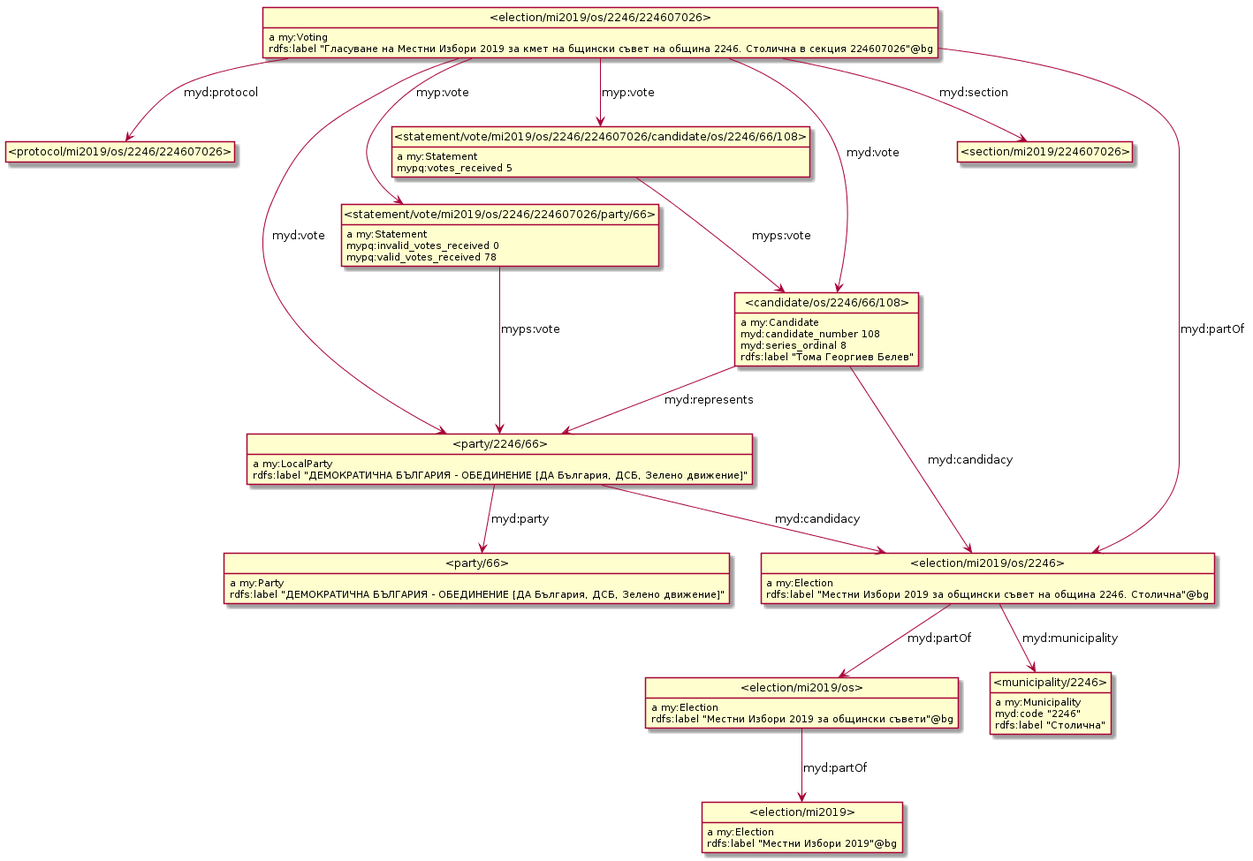
Above: model/localModel_os.png in nikolatulechki/semanticElections (PlantUML), before the change.
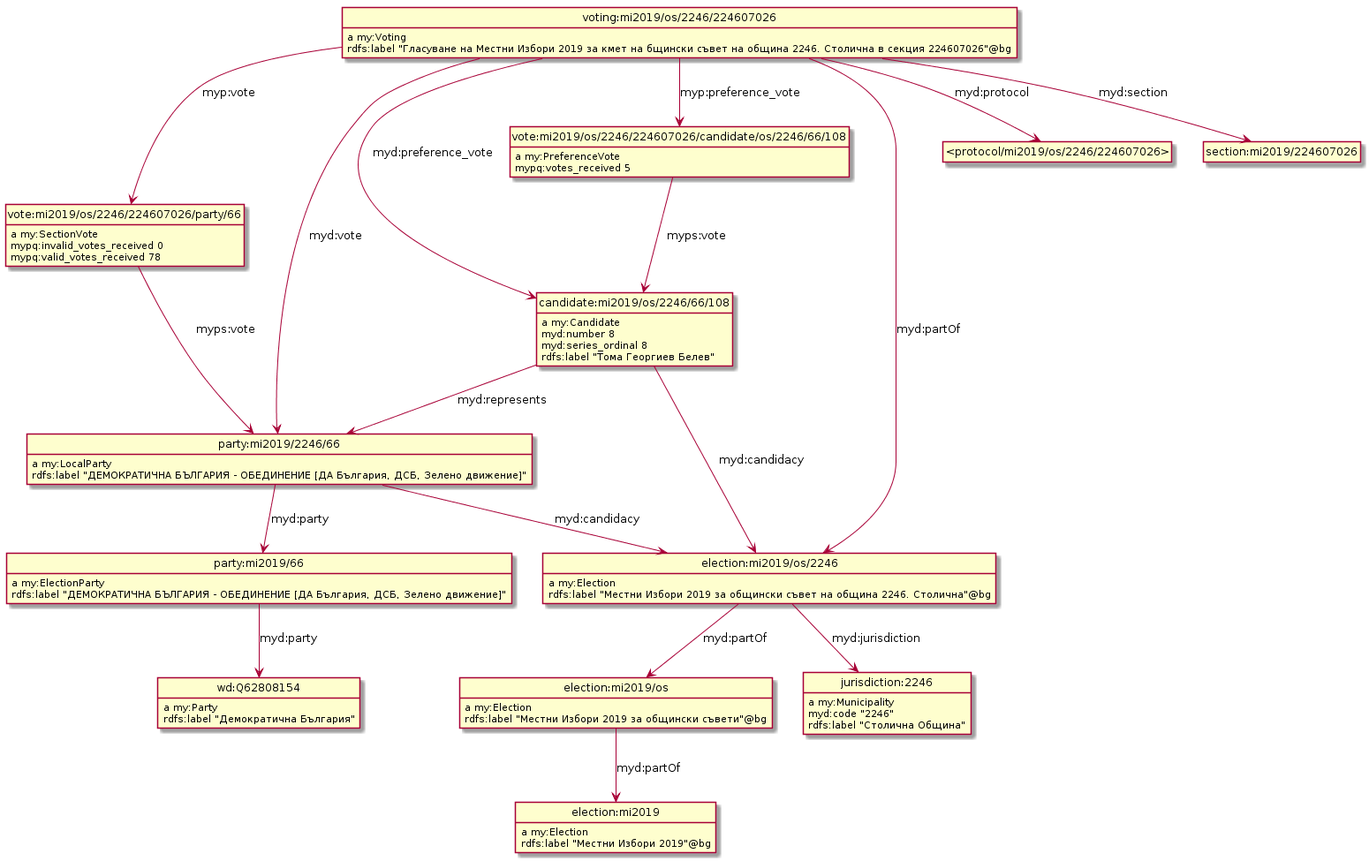
The same diagram one commit later.

The edit, as a diff of the source:
```diff
@@ -3,56 +3,60 @@
 hide empty attributes
 hide circle
 skinparam classAttributeIconSize 0
-class _election_mi2019_os_ as "<election/mi2019/os>"
-_election_mi2019_os_ : a my:Election
-class _election_mi2019_ as "<election/mi2019>"
-_election_mi2019_os_ -down-> _election_mi2019_ : myd:partOf
-_election_mi2019_os_ : rdfs:label "Местни Избори 2019 за общински съвети"@bg
-class _municipality_2246_ as "<municipality/2246>"
-_municipality_2246_ : a my:Municipality
-_municipality_2246_ : myd:code "2246"
-_municipality_2246_ : rdfs:label "Столична"
-class _election_mi2019_os_2246_224607026_ as "<election/mi2019/os/2246/224607026>"
-_election_mi2019_os_2246_224607026_ : a my:Voting
+class vote_mi2019_os_2246_224607026_candidate_os_2246_66_108 as "vote:mi2019/os/2246/224607026/candidate/os/2246/66/108"
+vote_mi2019_os_2246_224607026_candidate_os_2246_66_108 : a my:PreferenceVote
+class candidate_mi2019_os_2246_66_108 as "candidate:mi2019/os/2246/66/108"
+vote_mi2019_os_2246_224607026_candidate_os_2246_66_108 -down-> candidate_mi2019_os_2246_66_108 : myps:vote
+vote_mi2019_os_2246_224607026_candidate_os_2246_66_108 : mypq:votes_received 5
+candidate_mi2019_os_2246_66_108 : a my:Candidate
+class party_mi2019_2246_66 as "party:mi2019/2246/66"
+candidate_mi2019_os_2246_66_108 -down-> party_mi2019_2246_66 : myd:represents
+class election_mi2019_os_2246 as "election:mi2019/os/2246"
+candidate_mi2019_os_2246_66_108 -down-> election_mi2019_os_2246 : myd:candidacy
+candidate_mi2019_os_2246_66_108 : myd:number 8
+candidate_mi2019_os_2246_66_108 : myd:series_ordinal 8
+candidate_mi2019_os_2246_66_108 : rdfs:label "Тома Георгиев Белев"
+class wd_Q62808154 as "wd:Q62808154"
+wd_Q62808154 : a my:Party
+wd_Q62808154 : rdfs:label "Демократична България"
+class party_mi2019_66 as "party:mi2019/66"
+party_mi2019_66 : a my:ElectionParty
+party_mi2019_66 -down-> wd_Q62808154 : myd:party
+party_mi2019_66 : rdfs:label "ДЕМОКРАТИЧНА БЪЛГАРИЯ - ОБЕДИНЕНИЕ [ДА България, ДСБ, Зелено движение]"
+class vote_mi2019_os_2246_224607026_party_66 as "vote:mi2019/os/2246/224607026/party/66"
+vote_mi2019_os_2246_224607026_party_66 : a my:SectionVote
+vote_mi2019_os_2246_224607026_party_66 -down-> party_mi2019_2246_66 : myps:vote
+vote_mi2019_os_2246_224607026_party_66 : mypq:invalid_votes_received 0
+vote_mi2019_os_2246_224607026_party_66 : mypq:valid_votes_received 78
+class election_mi2019 as "election:mi2019"
+election_mi2019 : a my:Election
+election_mi2019 : rdfs:label "Местни Избори 2019"@bg
+class voting_mi2019_os_2246_224607026 as "voting:mi2019/os/2246/224607026"
+voting_mi2019_os_2246_224607026 : a my:Voting
+voting_mi2019_os_2246_224607026 -down-> vote_mi2019_os_2246_224607026_party_66 : myp:vote
 class _protocol_mi2019_os_2246_224607026_ as "<protocol/mi2019/os/2246/224607026>"
-_election_mi2019_os_2246_224607026_ -down-> _protocol_mi2019_os_2246_224607026_ : myd:protocol
-class _party_2246_66_ as "<party/2246/66>"
-_election_mi2019_os_2246_224607026_ -down-> _party_2246_66_ : myd:vote
-class _statement_vote_mi2019_os_2246_224607026_party_66_ as "<statement/vote/mi2019/os/2246/224607026/party/66>"
-_election_mi2019_os_2246_224607026_ -down-> _statement_vote_mi2019_os_2246_224607026_party_66_ : myp:vote
-class _statement_vote_mi2019_os_2246_224607026_candidate_os_2246_66_108_ as "<statement/vote/mi2019/os/2246/224607026/candidate/os/2246/66/108>"
-_election_mi2019_os_2246_224607026_ -down-> _statement_vote_mi2019_os_2246_224607026_candidate_os_2246_66_108_ : myp:vote
-class _candidate_os_2246_66_108_ as "<candidate/os/2246/66/108>"
-_election_mi2019_os_2246_224607026_ -down-> _candidate_os_2246_66_108_ : myd:vote
-class _section_mi2019_224607026_ as "<section/mi2019/224607026>"
-_election_mi2019_os_2246_224607026_ -down-> _section_mi2019_224607026_ : myd:section
-class _election_mi2019_os_2246_ as "<election/mi2019/os/2246>"
-_election_mi2019_os_2246_224607026_ -down-> _election_mi2019_os_2246_ : myd:partOf
-_election_mi2019_os_2246_224607026_ : rdfs:label "Гласуване на Местни Избори 2019 за кмет на бщински съвет на община 2246. Столична в секция 224607026"@bg
-_election_mi2019_os_2246_ : a my:Election
-_election_mi2019_os_2246_ -down-> _municipality_2246_ : myd:municipality
-_election_mi2019_os_2246_ -down-> _election_mi2019_os_ : myd:partOf
-_election_mi2019_os_2246_ : rdfs:label "Местни Избори 2019 за общински съвет на община 2246. Столична"@bg
-_candidate_os_2246_66_108_ : a my:Candidate
-_candidate_os_2246_66_108_ -down-> _election_mi2019_os_2246_ : myd:candidacy
-_candidate_os_2246_66_108_ -down-> _party_2246_66_ : myd:represents
-_candidate_os_2246_66_108_ : myd:candidate_number 108
-_candidate_os_2246_66_108_ : myd:series_ordinal 8
-_candidate_os_2246_66_108_ : rdfs:label "Тома Георгиев Белев"
-_statement_vote_mi2019_os_2246_224607026_candidate_os_2246_66_108_ : a my:Statement
-_statement_vote_mi2019_os_2246_224607026_candidate_os_2246_66_108_ -down-> _candidate_os_2246_66_108_ : myps:vote
-_statement_vote_mi2019_os_2246_224607026_candidate_os_2246_66_108_ : mypq:votes_received 5
-class _party_66_ as "<party/66>"
-_party_66_ : a my:Party
-_party_66_ : rdfs:label "ДЕМОКРАТИЧНА БЪЛГАРИЯ - ОБЕДИНЕНИЕ [ДА България, ДСБ, Зелено движение]"
-_statement_vote_mi2019_os_2246_224607026_party_66_ : a my:Statement
-_statement_vote_mi2019_os_2246_224607026_party_66_ -down-> _party_2246_66_ : myps:vote
-_statement_vote_mi2019_os_2246_224607026_party_66_ : mypq:invalid_votes_received 0
-_statement_vote_mi2019_os_2246_224607026_party_66_ : mypq:valid_votes_received 78
-_party_2246_66_ : a my:LocalParty
-_party_2246_66_ -down-> _election_mi2019_os_2246_ : myd:candidacy
-_party_2246_66_ -down-> _party_66_ : myd:party
-_party_2246_66_ : rdfs:label "ДЕМОКРАТИЧНА БЪЛГАРИЯ - ОБЕДИНЕНИЕ [ДА България, ДСБ, Зелено движение]"
-_election_mi2019_ : a my:Election
-_election_mi2019_ : rdfs:label "Местни Избори 2019"@bg
+voting_mi2019_os_2246_224607026 -down-> _protocol_mi2019_os_2246_224607026_ : myd:protocol
+voting_mi2019_os_2246_224607026 -down-> vote_mi2019_os_2246_224607026_candidate_os_2246_66_108 : myp:preference_vote
+voting_mi2019_os_2246_224607026 -down-> candidate_mi2019_os_2246_66_108 : myd:preference_vote
+class section_mi2019_224607026 as "section:mi2019/224607026"
+voting_mi2019_os_2246_224607026 -down-> section_mi2019_224607026 : myd:section
+voting_mi2019_os_2246_224607026 -down-> party_mi2019_2246_66 : myd:vote
+voting_mi2019_os_2246_224607026 -down-> election_mi2019_os_2246 : myd:partOf
+voting_mi2019_os_2246_224607026 : rdfs:label "Гласуване на Местни Избори 2019 за кмет на бщински съвет на община 2246. Столична в секция 224607026"@bg
+party_mi2019_2246_66 : a my:LocalParty
+party_mi2019_2246_66 -down-> election_mi2019_os_2246 : myd:candidacy
+party_mi2019_2246_66 -down-> party_mi2019_66 : myd:party
+party_mi2019_2246_66 : rdfs:label "ДЕМОКРАТИЧНА БЪЛГАРИЯ - ОБЕДИНЕНИЕ [ДА България, ДСБ, Зелено движение]"
+election_mi2019_os_2246 : a my:Election
+class jurisdiction_2246 as "jurisdiction:2246"
+election_mi2019_os_2246 -down-> jurisdiction_2246 : myd:jurisdiction
+class election_mi2019_os as "election:mi2019/os"
+election_mi2019_os_2246 -down-> election_mi2019_os : myd:partOf
+election_mi2019_os_2246 : rdfs:label "Местни Избори 2019 за общински съвет на община 2246. Столична"@bg
+election_mi2019_os : a my:Election
+election_mi2019_os -down-> election_mi2019 : myd:partOf
+election_mi2019_os : rdfs:label "Местни Избори 2019 за общински съвети"@bg
+jurisdiction_2246 : a my:Municipality
+jurisdiction_2246 : myd:code "2246"
+jurisdiction_2246 : rdfs:label "Столична Община"
 @enduml
```
